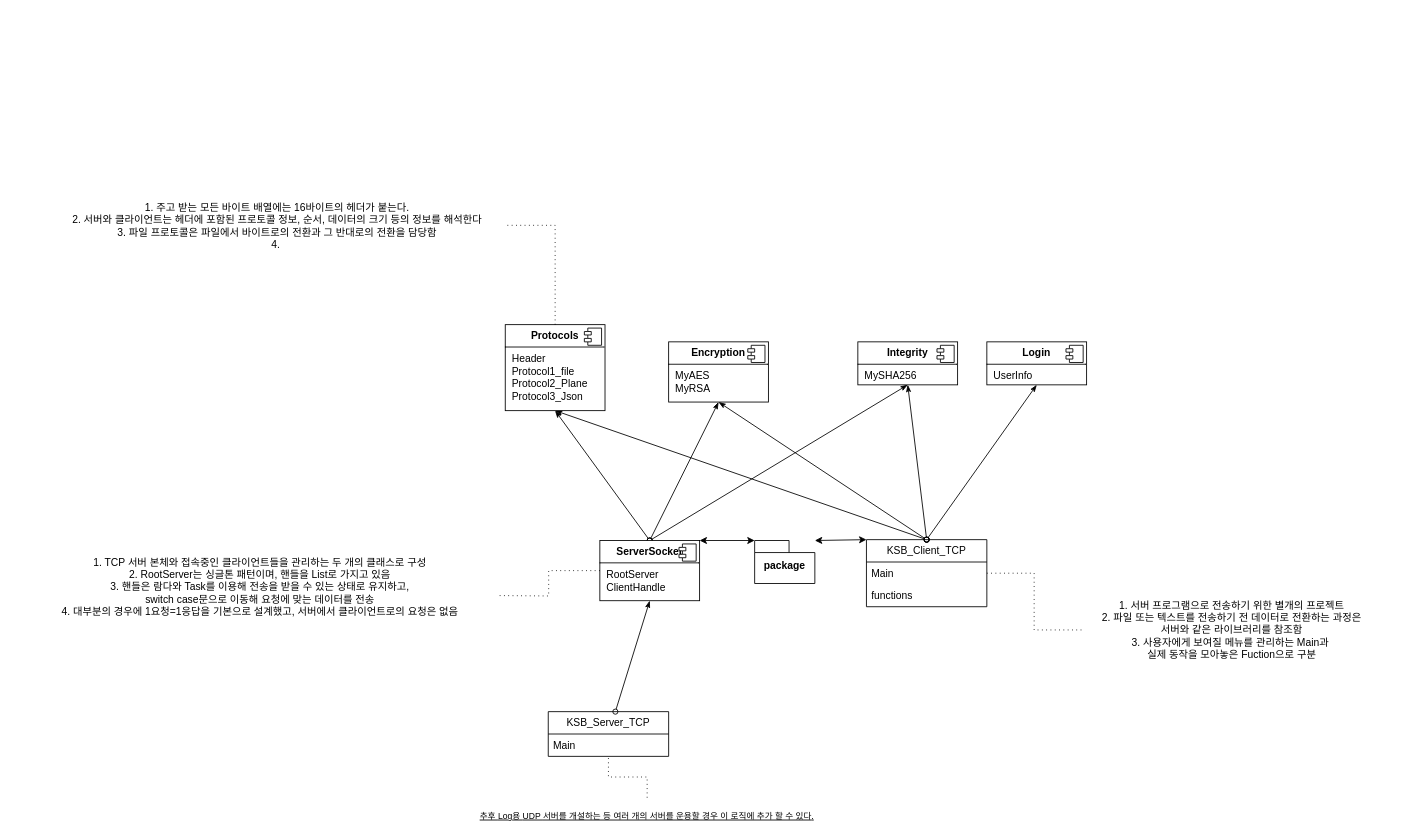
This is page "Relationship" (2 of 2) of Server-Client.drawio from rlatjrqja/Server3, a draw.io file, before an edit. Source tidied: cells renumbered, new cells numbered last; positions are measured from the earlier drawing's top-left corner, leaving out a move shared by most shapes. Both pictures are drawn from the tidied source at 86%, with x=0, y=0 at pixel (32, 187).
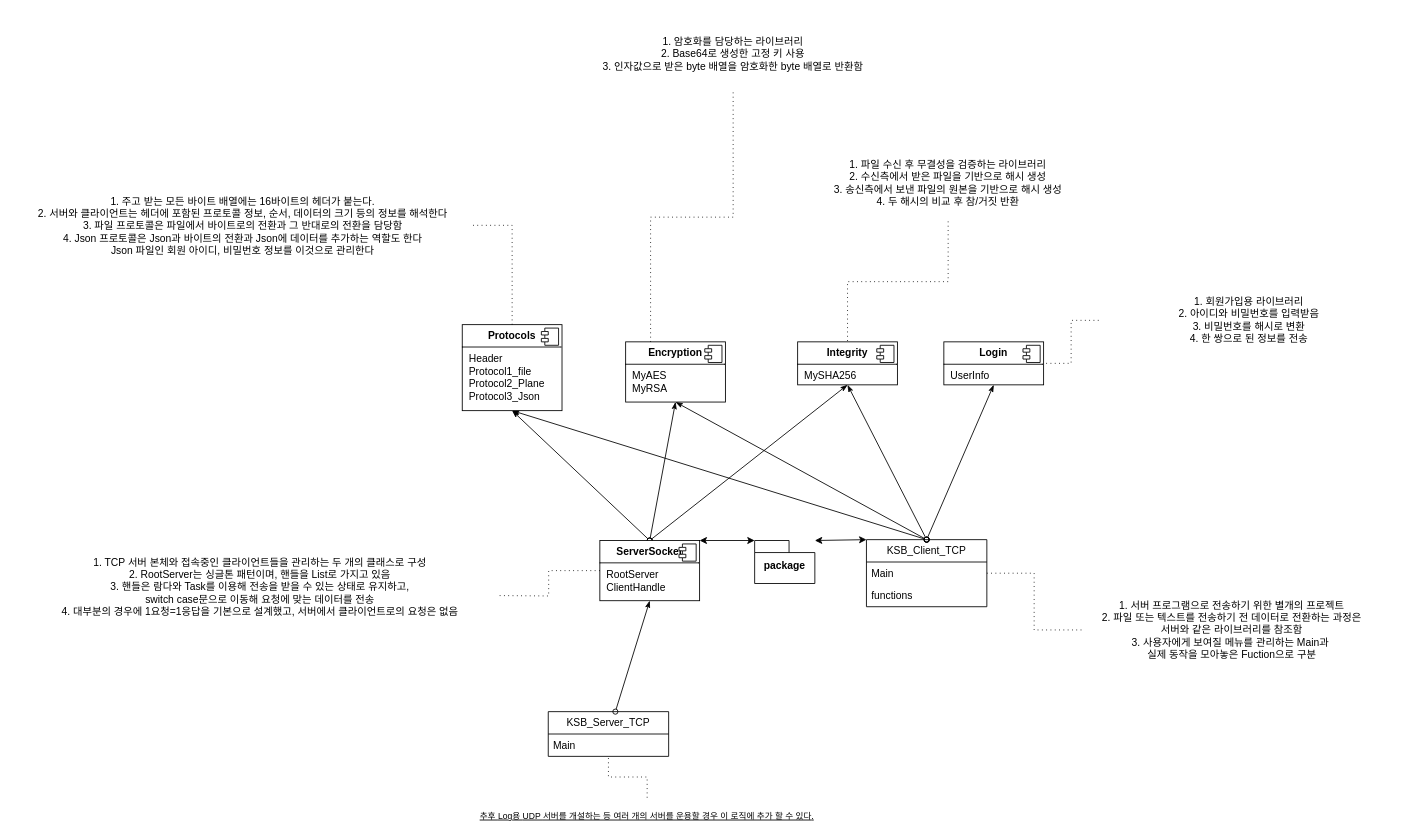
Above is the later version.

Diff of the diagram source:
```diff
@@
     <mxCell id="18" value="&lt;p style=&quot;margin:0px;margin-top:6px;text-align:center;&quot;&gt;&lt;b&gt;Protocols&lt;/b&gt;&lt;/p&gt;&lt;hr size=&quot;1&quot; style=&quot;border-style:solid;&quot;&gt;&lt;p style=&quot;margin:0px;margin-left:8px;&quot;&gt;Header&lt;/p&gt;&lt;p style=&quot;margin:0px;margin-left:8px;&quot;&gt;Protocol1_file&lt;br&gt;Protocol2_Plane&lt;/p&gt;&lt;p style=&quot;margin:0px;margin-left:8px;&quot;&gt;Protocol3_Json&lt;/p&gt;" style="align=left;overflow=fill;html=1;whiteSpace=wrap;" parent="1" vertex="1">
-      <mxGeometry x="550" y="160" width="116" height="100" as="geometry" />
+      <mxGeometry x="500" y="160" width="116" height="100" as="geometry" />
     </mxCell>
@@
     <mxCell id="20" value="&lt;p style=&quot;margin:0px;margin-top:6px;text-align:center;&quot;&gt;&lt;b&gt;Encryption&lt;/b&gt;&lt;/p&gt;&lt;hr size=&quot;1&quot; style=&quot;border-style:solid;&quot;&gt;&lt;p style=&quot;margin:0px;margin-left:8px;&quot;&gt;MyAES&lt;br&gt;MyRSA&lt;/p&gt;" style="align=left;overflow=fill;html=1;whiteSpace=wrap;" parent="1" vertex="1">
-      <mxGeometry x="740" y="180" width="116" height="70" as="geometry" />
+      <mxGeometry x="690" y="180" width="116" height="70" as="geometry" />
     </mxCell>
@@
     <mxCell id="22" value="&lt;p style=&quot;margin:0px;margin-top:6px;text-align:center;&quot;&gt;&lt;b&gt;Integrity&lt;/b&gt;&lt;/p&gt;&lt;hr size=&quot;1&quot; style=&quot;border-style:solid;&quot;&gt;&lt;p style=&quot;margin:0px;margin-left:8px;&quot;&gt;MySHA256&lt;/p&gt;" style="align=left;overflow=fill;html=1;whiteSpace=wrap;" parent="1" vertex="1">
-      <mxGeometry x="960" y="180" width="116" height="50" as="geometry" />
+      <mxGeometry x="890" y="180" width="116" height="50" as="geometry" />
     </mxCell>
@@
     <mxCell id="24" value="&lt;p style=&quot;margin:0px;margin-top:6px;text-align:center;&quot;&gt;&lt;b&gt;Login&lt;/b&gt;&lt;/p&gt;&lt;hr size=&quot;1&quot; style=&quot;border-style:solid;&quot;&gt;&lt;p style=&quot;margin:0px;margin-left:8px;&quot;&gt;UserInfo&lt;/p&gt;" style="align=left;overflow=fill;html=1;whiteSpace=wrap;" parent="1" vertex="1">
-      <mxGeometry x="1110" y="180" width="116" height="50" as="geometry" />
+      <mxGeometry x="1060" y="180" width="116" height="50" as="geometry" />
     </mxCell>
@@
-    <mxCell id="34" value="1. 주고 받는 모든 바이트 배열에는 16바이트의 헤더가 붙는다.&lt;div&gt;2. 서버와 클라이언트는 헤더에 포함된 프로토콜 정보, 순서, 데이터의 크기 등의 정보를 해석한다&lt;/div&gt;&lt;div&gt;3. 파일 프로토콜은 파일에서 바이트로의 전환과 그 반대로의 전환을 담당함&lt;/div&gt;&lt;div&gt;4.&amp;nbsp;&lt;/div&gt;" style="text;html=1;align=center;verticalAlign=middle;whiteSpace=wrap;rounded=0;" parent="1" vertex="1">
-      <mxGeometry x="20" width="530" height="89" as="geometry" />
+    <mxCell id="34" value="1. 주고 받는 모든 바이트 배열에는 16바이트의 헤더가 붙는다.&lt;div&gt;2. 서버와 클라이언트는 헤더에 포함된 프로토콜 정보, 순서, 데이터의 크기 등의 정보를 해석한다&lt;/div&gt;&lt;div&gt;3. 파일 프로토콜은 파일에서 바이트로의 전환과 그 반대로의 전환을 담당함&lt;/div&gt;&lt;div&gt;4. Json 프로토콜은 Json과 바이트의 전환과 Json에 데이터를 추가하는 역할도 한다&lt;/div&gt;&lt;div&gt;Json 파일인 회원 아이디, 비밀번호 정보를 이것으로 관리한다&lt;/div&gt;" style="text;html=1;align=center;verticalAlign=middle;whiteSpace=wrap;rounded=0;" parent="1" vertex="1">
+      <mxGeometry x="-20" width="530" height="89" as="geometry" />
     </mxCell>
@@
+    <mxCell id="36" value="1. 암호화를 담당하는 라이브러리&lt;div&gt;2. Base64로 생성한 고정 키 사용&lt;/div&gt;&lt;div&gt;3. 인자값으로 받은 byte 배열을 암호화한 byte 배열로 반환함&lt;/div&gt;" style="text;html=1;align=center;verticalAlign=middle;whiteSpace=wrap;rounded=0;" parent="1" vertex="1">
+      <mxGeometry x="640" y="-200" width="350" height="90" as="geometry" />
+    </mxCell>
+    <mxCell id="37" style="edgeStyle=orthogonalEdgeStyle;rounded=0;jettySize=auto;html=1;dashed=1;dashPattern=1 4;endArrow=none;endFill=0;exitX=0.5;exitY=1;exitDx=0;exitDy=0;entryX=0.25;entryY=0;entryDx=0;entryDy=0;" parent="1" edge="1" source="36" target="20">
+      <mxGeometry relative="1" as="geometry" />
+    </mxCell>
+    <mxCell id="38" value="1. 파일 수신 후 무결성을 검증하는 라이브러리&lt;div&gt;2. 수신측에서 받은 파일을 기반으로 해시 생성&lt;/div&gt;&lt;div&gt;3. 송신측에서 보낸 파일의 원본을 기반으로 해시 생성&lt;/div&gt;&lt;div&gt;4. 두 해시의 비교 후 참/거짓 반환&lt;/div&gt;" style="text;html=1;align=center;verticalAlign=middle;whiteSpace=wrap;rounded=0;" parent="1" vertex="1">
+      <mxGeometry x="890" y="-50" width="350" height="90" as="geometry" />
+    </mxCell>
+    <mxCell id="39" value="1. 회원가입용 라이브러리&lt;div&gt;2. 아이디와 비밀번호를 입력받음&lt;/div&gt;&lt;div&gt;3. 비밀번호를 해시로 변환&lt;/div&gt;&lt;div&gt;4. 한 쌍으로 된 정보를 전송&lt;/div&gt;" style="text;html=1;align=center;verticalAlign=middle;whiteSpace=wrap;rounded=0;" parent="1" vertex="1">
+      <mxGeometry x="1240" y="110" width="350" height="90" as="geometry" />
+    </mxCell>
+    <mxCell id="40" style="edgeStyle=orthogonalEdgeStyle;rounded=0;jettySize=auto;html=1;dashed=1;dashPattern=1 4;endArrow=none;endFill=0;exitX=0.5;exitY=1;exitDx=0;exitDy=0;entryX=0.5;entryY=0;entryDx=0;entryDy=0;" parent="1" edge="1" source="38" target="22">
+      <mxGeometry relative="1" as="geometry" />
+    </mxCell>
+    <mxCell id="41" style="edgeStyle=orthogonalEdgeStyle;rounded=0;jettySize=auto;html=1;dashed=1;dashPattern=1 4;endArrow=none;endFill=0;exitX=0;exitY=0.5;exitDx=0;exitDy=0;entryX=1;entryY=0.5;entryDx=0;entryDy=0;" parent="1" edge="1" source="39" target="24">
+      <mxGeometry relative="1" as="geometry" />
+    </mxCell>
```
